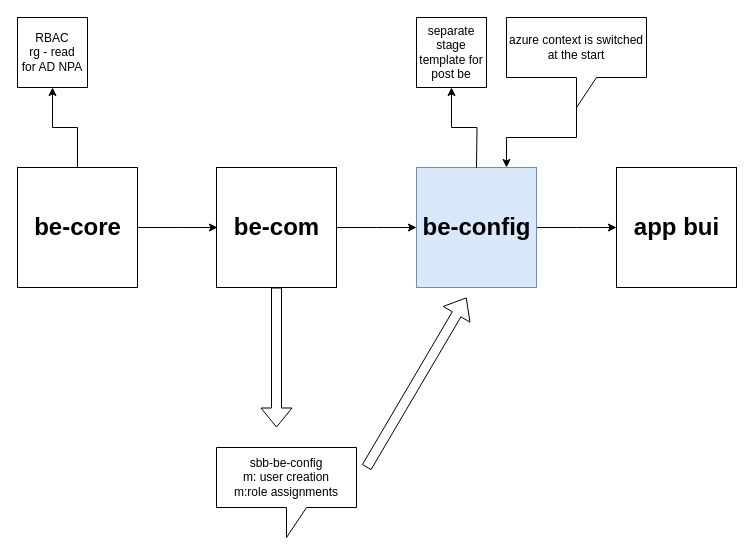
Earlier version of the draw.io diagram Untitled Diagram.drawio (UnlimitedValue/SQL_Project). Source tidied: cells renumbered, new cells numbered last; positions are measured from the earlier drawing's top-left corner, leaving out a move shared by most shapes. Both pictures are drawn from the tidied source at 100%, with x=0, y=0 at pixel (17, 17).
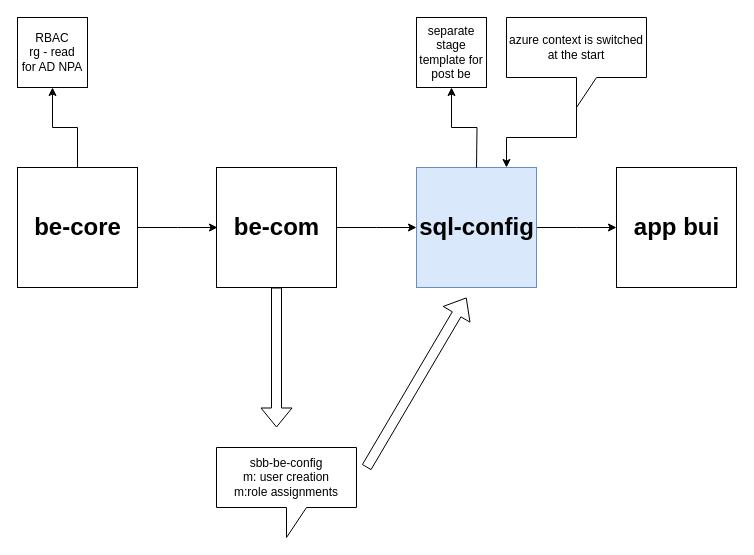
After the change.

Diff of the diagram source:
```diff
@@
-    <mxCell id="17" value="be-config" style="text;strokeColor=none;fillColor=none;html=1;fontSize=24;fontStyle=1;verticalAlign=middle;align=center;" parent="1" vertex="1">
+    <mxCell id="17" value="sql-config" style="text;strokeColor=none;fillColor=none;html=1;fontSize=24;fontStyle=1;verticalAlign=middle;align=center;" parent="1" vertex="1">
       <mxGeometry x="409" y="190" width="100" height="40" as="geometry" />
     </mxCell>
```
